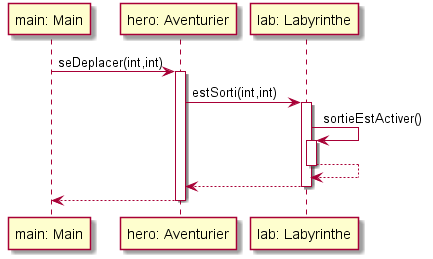
NunzioArdi/2019_coo_zeldiablo keeps this PlantUML diagram as documents/version_4.0/Entree_Sortie.png. Above is the earlier version.
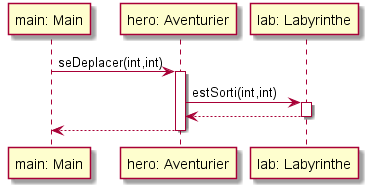
After the change.

Commit message:
Correction diagramme entree_sortie

Change to the diagram source:
```diff
@@ -7,10 +7,6 @@
 activate e
 e -> l : estSorti(int,int)
 activate l
-l -> l :  sortieEstActiver()
-activate l
-l <-- l
-deactivate l
 e <-- l
 deactivate l
 m <-- e
```
